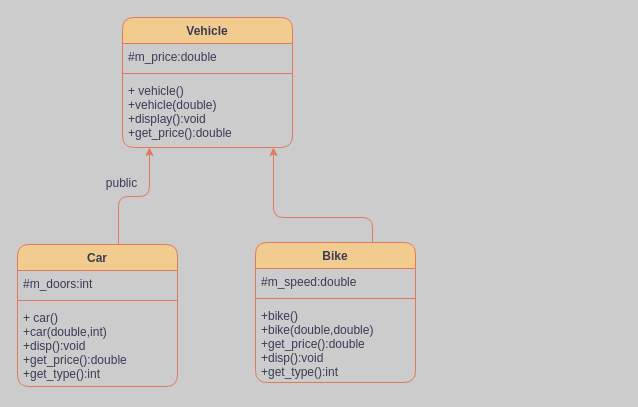
This is Session5cpp.drawio from joachimsonigo/cppSession5-14March, a draw.io file, before an edit. Source tidied: cells renumbered, new cells numbered last; positions are measured from the earlier drawing's top-left corner, leaving out a move shared by most shapes. Both pictures are drawn from the tidied source at 100%, with x=0, y=0 at pixel (17, 17).
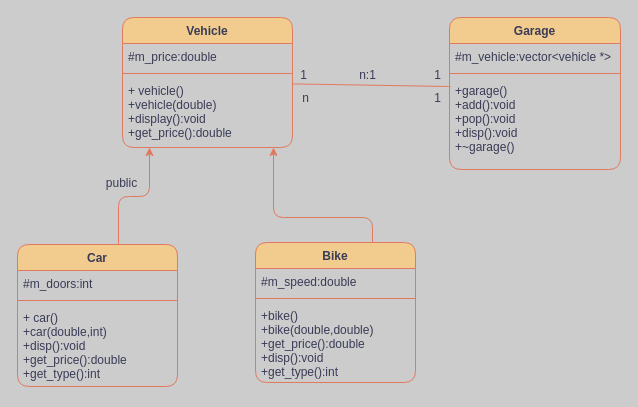
After the change.

Unchanged cells that the change refers to:
```xml
<mxCell id="2" value="Vehicle" style="swimlane;fontStyle=1;align=center;verticalAlign=top;horizontal=1;startSize=26;rounded=1;labelBackgroundColor=none;fillColor=#F2CC8F;strokeColor=#E07A5F;fontColor=#393C56;" parent="1" vertex="1">
  <mxGeometry x="105" width="170" height="130" as="geometry" />
</mxCell>
```

The edit, as a diff of the source:
```diff
@@
+    <mxCell id="17" value="Garage" style="swimlane;fontStyle=1;align=center;verticalAlign=top;horizontal=1;startSize=26;rounded=1;strokeColor=#E07A5F;fontColor=#393C56;fillColor=#F2CC8F;" parent="1" vertex="1">
+      <mxGeometry x="432" width="171" height="152" as="geometry" />
+    </mxCell>
+    <mxCell id="18" value="#m_vehicle:vector&lt;vehicle *&gt;" style="text;strokeColor=none;fillColor=none;align=left;verticalAlign=top;spacingLeft=4;spacingRight=4;overflow=hidden;fontColor=#393C56;" parent="17" vertex="1">
+      <mxGeometry y="26" width="171" height="26" as="geometry" />
+    </mxCell>
+    <mxCell id="19" style="line;strokeWidth=1;fillColor=none;align=left;verticalAlign=middle;spacingTop=-1;spacingLeft=3;spacingRight=3;labelPosition=right;strokeColor=inherit;rounded=1;fontColor=#393C56;" parent="17" vertex="1">
+      <mxGeometry y="52" width="171" height="8" as="geometry" />
+    </mxCell>
+    <mxCell id="20" value="+garage()&#10;+add():void&#10;+pop():void&#10;+disp():void&#10;+~garage()" style="text;strokeColor=none;fillColor=none;align=left;verticalAlign=top;spacingLeft=4;spacingRight=4;overflow=hidden;fontColor=#393C56;" parent="17" vertex="1">
+      <mxGeometry y="60" width="171" height="92" as="geometry" />
+    </mxCell>
+    <mxCell id="21" style="endArrow=none;html=1;rounded=1;strokeColor=#E07A5F;fontColor=#393C56;fillColor=#F2CC8F;" parent="1" edge="1" source="2">
+      <mxGeometry relative="1" as="geometry">
+        <mxPoint x="433" y="69" as="targetPoint" />
+      </mxGeometry>
+    </mxCell>
+    <mxCell id="22" value="1" style="text;html=1;align=center;verticalAlign=middle;strokeColor=none;fillColor=none;fontColor=#393C56;" parent="1" vertex="1">
+      <mxGeometry x="273" y="45" width="25" height="26" as="geometry" />
+    </mxCell>
+    <mxCell id="23" value="1" style="text;html=1;align=center;verticalAlign=middle;strokeColor=none;fillColor=none;fontColor=#393C56;" parent="1" vertex="1">
+      <mxGeometry x="407" y="45" width="25" height="26" as="geometry" />
+    </mxCell>
+    <mxCell id="24" value="1" style="text;html=1;align=center;verticalAlign=middle;strokeColor=none;fillColor=none;fontColor=#393C56;" parent="1" vertex="1">
+      <mxGeometry x="407" y="68" width="25" height="26" as="geometry" />
+    </mxCell>
+    <mxCell id="25" value="n" style="text;html=1;align=center;verticalAlign=middle;strokeColor=none;fillColor=none;fontColor=#393C56;" parent="1" vertex="1">
+      <mxGeometry x="275" y="68" width="25" height="26" as="geometry" />
+    </mxCell>
+    <mxCell id="26" value="n:1" style="text;html=1;align=center;verticalAlign=middle;strokeColor=none;fillColor=none;fontColor=#393C56;" parent="1" vertex="1">
+      <mxGeometry x="332" y="45" width="35" height="26" as="geometry" />
+    </mxCell>
```
